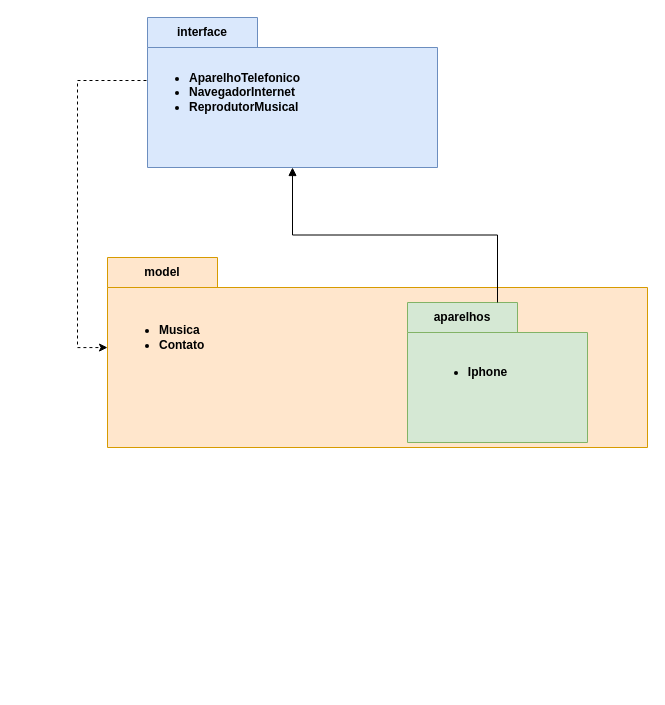
Before: page "Package" (3 of 3) of Desafios/DesafioIphone/imgs/UML_Desafio_Iphone.drawio in LucasGFBatista/DIO-BOOTCAMPS, a draw.io diagram. Source tidied: cells renumbered, new cells numbered last; positions are measured from the earlier drawing's top-left corner, leaving out a move shared by most shapes. Both pictures are drawn from the tidied source at 100%, with x=0, y=0 at pixel (77, 17).
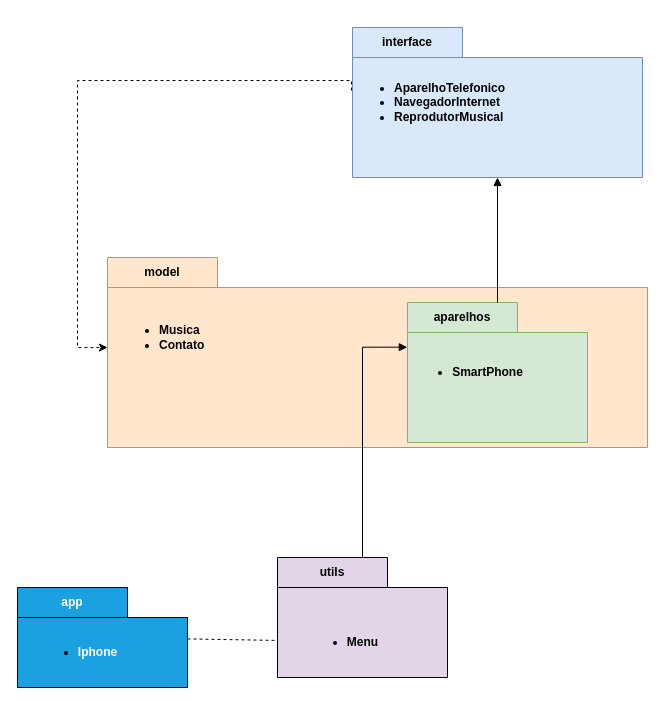
The same diagram, later.

The edit, as a diff of the source:
```diff
@@
 <mxGraphModel background="#ffffff">
   <root>
     <mxCell id="0" />
     <mxCell id="1" parent="0" />
     <mxCell id="2" value="interface" style="shape=folder;fontStyle=1;tabWidth=110;tabHeight=30;tabPosition=left;html=1;boundedLbl=1;labelInHeader=1;whiteSpace=wrap;fillColor=#dae8fc;strokeColor=#6c8ebf;" parent="1" vertex="1">
-      <mxGeometry x="70" width="290" height="150" as="geometry" />
+      <mxGeometry x="275" y="10" width="290" height="150" as="geometry" />
     </mxCell>
     <mxCell id="3" value="&lt;ul&gt;&lt;li&gt;&lt;b&gt;AparelhoTelefonico&lt;/b&gt;&lt;/li&gt;&lt;li&gt;&lt;b&gt;NavegadorInternet&lt;/b&gt;&lt;/li&gt;&lt;li&gt;&lt;b&gt;ReprodutorMusical&lt;/b&gt;&lt;/li&gt;&lt;/ul&gt;" style="text;html=1;align=left;verticalAlign=middle;points=[];strokeColor=none;fillColor=none;" parent="2" vertex="1">
       <mxGeometry y="35" width="170" height="80" as="geometry" />
     </mxCell>
     <mxCell id="4" value="model" style="shape=folder;fontStyle=1;tabWidth=110;tabHeight=30;tabPosition=left;html=1;boundedLbl=1;labelInHeader=1;whiteSpace=wrap;fillColor=#ffe6cc;strokeColor=#d79b00;" parent="1" vertex="1">
       <mxGeometry x="30" y="240" width="540" height="190" as="geometry" />
     </mxCell>
     <mxCell id="5" value="aparelhos" style="shape=folder;fontStyle=1;tabWidth=110;tabHeight=30;tabPosition=left;html=1;boundedLbl=1;labelInHeader=1;whiteSpace=wrap;fillColor=#d5e8d4;strokeColor=#82b366;" parent="4" vertex="1">
       <mxGeometry x="300" y="45" width="180" height="140" as="geometry" />
     </mxCell>
-    <mxCell id="6" value="&lt;ul&gt;&lt;li&gt;&lt;b&gt;Iphone&lt;/b&gt;&lt;/li&gt;&lt;/ul&gt;" style="text;html=1;align=center;verticalAlign=middle;strokeColor=none;fillColor=none;" parent="5" vertex="1">
-      <mxGeometry x="10" y="45" width="100" height="50" as="geometry" />
+    <mxCell id="6" value="&lt;ul&gt;&lt;li&gt;&lt;b&gt;SmartPhone&lt;/b&gt;&lt;/li&gt;&lt;/ul&gt;" style="text;html=1;align=center;verticalAlign=middle;strokeColor=none;fillColor=none;" parent="5" vertex="1">
+      <mxGeometry x="-5" y="45" width="130" height="50" as="geometry" />
     </mxCell>
     <mxCell id="7" value="&lt;ul&gt;&lt;li&gt;&lt;font style=&quot;font-size: 12px;&quot;&gt;&lt;b&gt;Musica&lt;/b&gt;&lt;/font&gt;&lt;/li&gt;&lt;li&gt;&lt;font style=&quot;font-size: 12px;&quot;&gt;&lt;b&gt;Contato&lt;/b&gt;&lt;/font&gt;&lt;/li&gt;&lt;/ul&gt;" style="text;html=1;align=left;verticalAlign=middle;strokeColor=none;fillColor=none;" parent="4" vertex="1">
       <mxGeometry x="10" y="45" width="110" height="70" as="geometry" />
     </mxCell>
     <mxCell id="8" style="edgeStyle=orthogonalEdgeStyle;rounded=0;jettySize=auto;html=1;endArrow=block;endFill=1;" parent="1" edge="1" source="5" target="2">
       <mxGeometry relative="1" as="geometry" />
     </mxCell>
     <mxCell id="9" style="edgeStyle=orthogonalEdgeStyle;rounded=0;jettySize=auto;html=1;entryX=0;entryY=0.474;entryDx=0;entryDy=0;entryPerimeter=0;exitX=-0.006;exitY=0.35;exitDx=0;exitDy=0;exitPerimeter=0;dashed=1;" parent="1" edge="1" source="3" target="4">
       <mxGeometry relative="1" as="geometry">
         <Array as="points">
           <mxPoint y="63" />
           <mxPoint y="330" />
         </Array>
       </mxGeometry>
     </mxCell>
+    <mxCell id="10" style="rounded=0;jettySize=auto;html=1;endArrow=none;endFill=0;entryX=-0.003;entryY=0.691;entryDx=0;entryDy=0;entryPerimeter=0;dashed=1;" parent="1" edge="1" source="11" target="13">
+      <mxGeometry relative="1" as="geometry" />
+    </mxCell>
+    <mxCell id="11" value="app" style="shape=folder;fontStyle=1;tabWidth=110;tabHeight=30;tabPosition=left;html=1;boundedLbl=1;labelInHeader=1;whiteSpace=wrap;fillColor=#1ba1e2;strokeColor=default;fontColor=#ffffff;" parent="1" vertex="1">
+      <mxGeometry x="-60" y="570" width="170" height="100" as="geometry" />
+    </mxCell>
+    <mxCell id="12" value="&lt;ul&gt;&lt;li&gt;&lt;b&gt;&lt;font color=&quot;#ffffff&quot;&gt;Iphone&lt;/font&gt;&lt;/b&gt;&lt;/li&gt;&lt;/ul&gt;" style="text;html=1;align=center;verticalAlign=middle;strokeColor=none;fillColor=none;" parent="11" vertex="1">
+      <mxGeometry x="10" y="40" width="100" height="50" as="geometry" />
+    </mxCell>
+    <mxCell id="13" value="utils" style="shape=folder;fontStyle=1;tabWidth=110;tabHeight=30;tabPosition=left;html=1;boundedLbl=1;labelInHeader=1;whiteSpace=wrap;fillColor=#e1d5e7;strokeColor=default;" parent="1" vertex="1">
+      <mxGeometry x="200" y="540" width="170" height="120" as="geometry" />
+    </mxCell>
+    <mxCell id="14" value="&lt;ul&gt;&lt;li&gt;&lt;b&gt;Menu&lt;/b&gt;&lt;/li&gt;&lt;/ul&gt;" style="text;html=1;align=center;verticalAlign=middle;strokeColor=none;fillColor=none;" parent="13" vertex="1">
+      <mxGeometry x="20" y="60" width="90" height="50" as="geometry" />
+    </mxCell>
+    <mxCell id="15" style="edgeStyle=orthogonalEdgeStyle;rounded=0;jettySize=auto;html=1;entryX=-0.001;entryY=0.319;entryDx=0;entryDy=0;entryPerimeter=0;endArrow=block;endFill=1;" parent="1" edge="1" source="13" target="5">
+      <mxGeometry relative="1" as="geometry" />
+    </mxCell>
   </root>
 </mxGraphModel>
```
